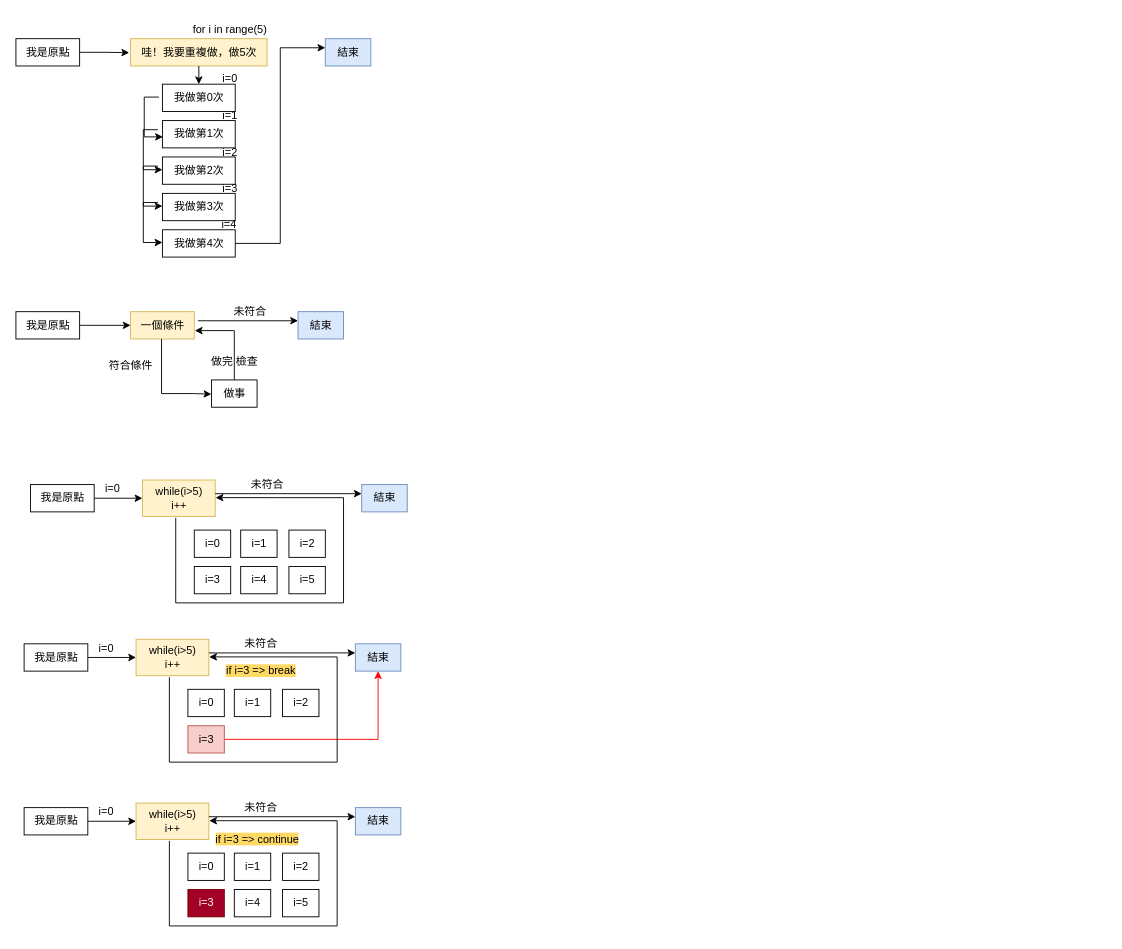
Above: 南工.drawio in kcwc1029/tihs-python (draw.io), before the change. Source tidied: cells renumbered, new cells numbered last; positions are measured from the earlier drawing's top-left corner, leaving out a move shared by most shapes. Both pictures are drawn from the tidied source at 91%, with x=0, y=0 at pixel (15, 15).
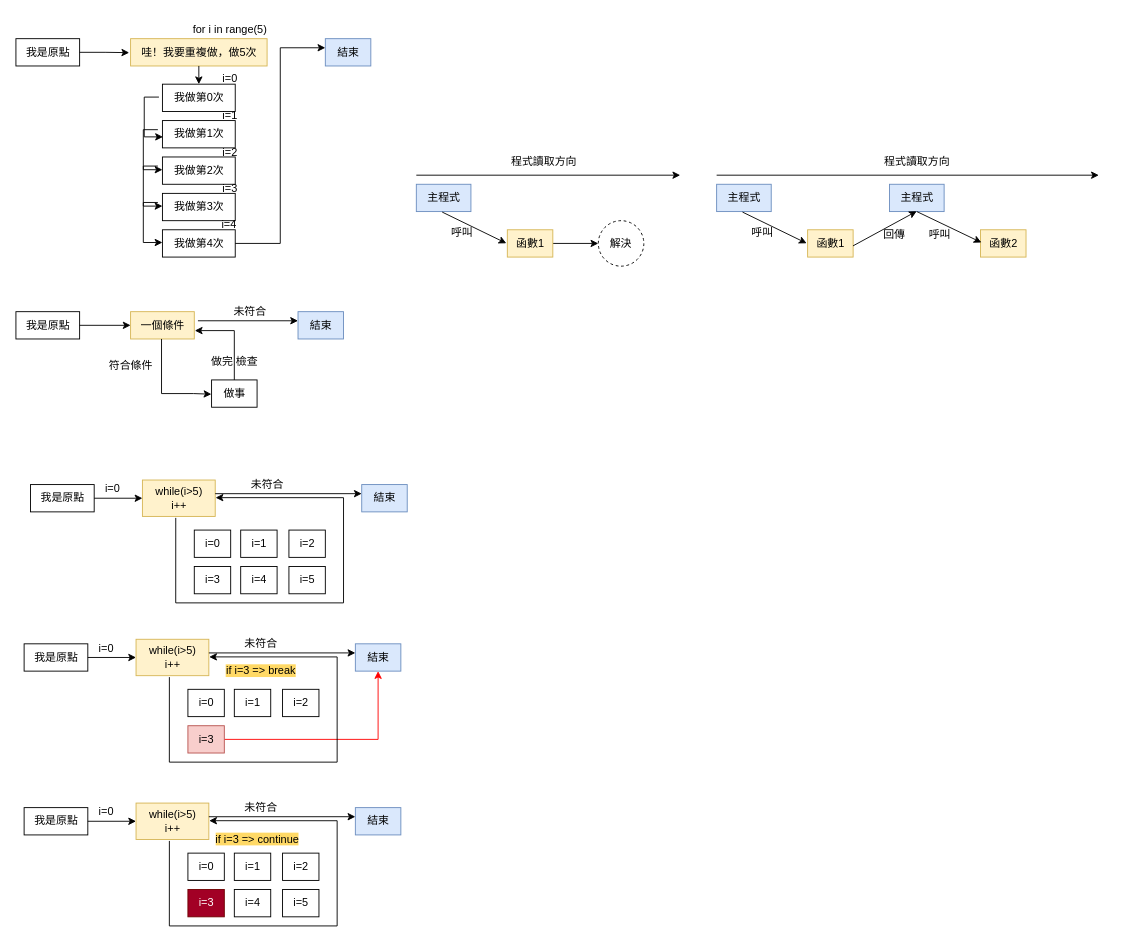
After the change.

The edit, as a diff of the source:
```diff
@@
+    <mxCell id="77" value="主程式" style="text;html=1;align=center;verticalAlign=middle;points=[];strokeColor=#6c8ebf;fillColor=#dae8fc;" parent="1" vertex="1">
+      <mxGeometry x="440" y="185" width="60" height="30" as="geometry" />
+    </mxCell>
+    <mxCell id="78" style="edgeStyle=orthogonalEdgeStyle;rounded=0;jettySize=auto;html=1;entryX=0;entryY=0.5;entryDx=0;entryDy=0;" parent="1" edge="1" source="79" target="84">
+      <mxGeometry relative="1" as="geometry" />
+    </mxCell>
+    <mxCell id="79" value="函數1" style="text;html=1;align=center;verticalAlign=middle;points=[];strokeColor=#d6b656;fillColor=#fff2cc;" parent="1" vertex="1">
+      <mxGeometry x="540" y="235" width="50" height="30" as="geometry" />
+    </mxCell>
+    <mxCell id="80" style="endArrow=classic;html=1;rounded=0;" parent="1" edge="1">
+      <mxGeometry relative="1" as="geometry">
+        <mxPoint x="440" y="175" as="sourcePoint" />
+        <mxPoint x="730" y="175" as="targetPoint" />
+      </mxGeometry>
+    </mxCell>
+    <mxCell id="81" value="程式讀取方向" style="text;html=1;align=center;verticalAlign=middle;strokeColor=none;fillColor=none;" parent="1" vertex="1">
+      <mxGeometry x="530" y="145" width="100" height="30" as="geometry" />
+    </mxCell>
+    <mxCell id="82" style="endArrow=classic;html=1;rounded=0;exitX=0.474;exitY=1.019;exitDx=0;exitDy=0;exitPerimeter=0;entryX=-0.022;entryY=0.495;entryDx=0;entryDy=0;entryPerimeter=0;" parent="1" edge="1" source="77" target="79">
+      <mxGeometry relative="1" as="geometry" />
+    </mxCell>
+    <mxCell id="83" value="呼叫" style="text;html=1;align=center;verticalAlign=middle;strokeColor=none;fillColor=none;" parent="1" vertex="1">
+      <mxGeometry x="465" y="223" width="50" height="30" as="geometry" />
+    </mxCell>
+    <mxCell id="84" value="解決" style="ellipse;whiteSpace=wrap;html=1;dashed=1;" parent="1" vertex="1">
+      <mxGeometry x="640" y="225" width="50" height="50" as="geometry" />
+    </mxCell>
+    <mxCell id="85" value="主程式" style="text;html=1;align=center;verticalAlign=middle;points=[];strokeColor=#6c8ebf;fillColor=#dae8fc;" parent="1" vertex="1">
+      <mxGeometry x="770" y="185" width="60" height="30" as="geometry" />
+    </mxCell>
+    <mxCell id="86" value="函數1" style="text;html=1;align=center;verticalAlign=middle;points=[];strokeColor=#d6b656;fillColor=#fff2cc;" parent="1" vertex="1">
+      <mxGeometry x="870" y="235" width="50" height="30" as="geometry" />
+    </mxCell>
+    <mxCell id="87" style="endArrow=classic;html=1;rounded=0;" parent="1" edge="1">
+      <mxGeometry relative="1" as="geometry">
+        <mxPoint x="770" y="175" as="sourcePoint" />
+        <mxPoint x="1190" y="175" as="targetPoint" />
+      </mxGeometry>
+    </mxCell>
+    <mxCell id="88" value="程式讀取方向" style="text;html=1;align=center;verticalAlign=middle;strokeColor=none;fillColor=none;" parent="1" vertex="1">
+      <mxGeometry x="940" y="145" width="100" height="30" as="geometry" />
+    </mxCell>
+    <mxCell id="89" style="endArrow=classic;html=1;rounded=0;exitX=0.474;exitY=1.019;exitDx=0;exitDy=0;exitPerimeter=0;entryX=-0.022;entryY=0.495;entryDx=0;entryDy=0;entryPerimeter=0;" parent="1" edge="1" source="85" target="86">
+      <mxGeometry relative="1" as="geometry" />
+    </mxCell>
+    <mxCell id="90" value="呼叫" style="text;html=1;align=center;verticalAlign=middle;strokeColor=none;fillColor=none;" parent="1" vertex="1">
+      <mxGeometry x="795" y="223" width="50" height="30" as="geometry" />
+    </mxCell>
+    <mxCell id="91" value="主程式" style="text;html=1;align=center;verticalAlign=middle;points=[];strokeColor=#6c8ebf;fillColor=#dae8fc;" parent="1" vertex="1">
+      <mxGeometry x="960" y="185" width="60" height="30" as="geometry" />
+    </mxCell>
+    <mxCell id="92" style="endArrow=classic;html=1;rounded=0;exitX=0.997;exitY=0.59;exitDx=0;exitDy=0;exitPerimeter=0;entryX=0.498;entryY=0.987;entryDx=0;entryDy=0;entryPerimeter=0;" parent="1" edge="1" source="86" target="91">
+      <mxGeometry relative="1" as="geometry" />
+    </mxCell>
+    <mxCell id="93" value="回傳" style="text;html=1;align=center;verticalAlign=middle;strokeColor=none;fillColor=none;" parent="1" vertex="1">
+      <mxGeometry x="940" y="225" width="50" height="30" as="geometry" />
+    </mxCell>
+    <mxCell id="94" value="函數2" style="text;html=1;align=center;verticalAlign=middle;strokeColor=#d6b656;fillColor=#fff2cc;" parent="1" vertex="1">
+      <mxGeometry x="1060" y="235" width="50" height="30" as="geometry" />
+    </mxCell>
+    <mxCell id="95" style="endArrow=classic;html=1;rounded=0;exitX=0.474;exitY=1.019;exitDx=0;exitDy=0;exitPerimeter=0;entryX=-0.022;entryY=0.495;entryDx=0;entryDy=0;entryPerimeter=0;" parent="1" edge="1">
+      <mxGeometry relative="1" as="geometry">
+        <mxPoint x="990" y="215" as="sourcePoint" />
+        <mxPoint x="1061" y="249" as="targetPoint" />
+      </mxGeometry>
+    </mxCell>
+    <mxCell id="96" value="呼叫" style="text;html=1;align=center;verticalAlign=middle;strokeColor=none;fillColor=none;" parent="1" vertex="1">
+      <mxGeometry x="990" y="225" width="50" height="30" as="geometry" />
+    </mxCell>
```
